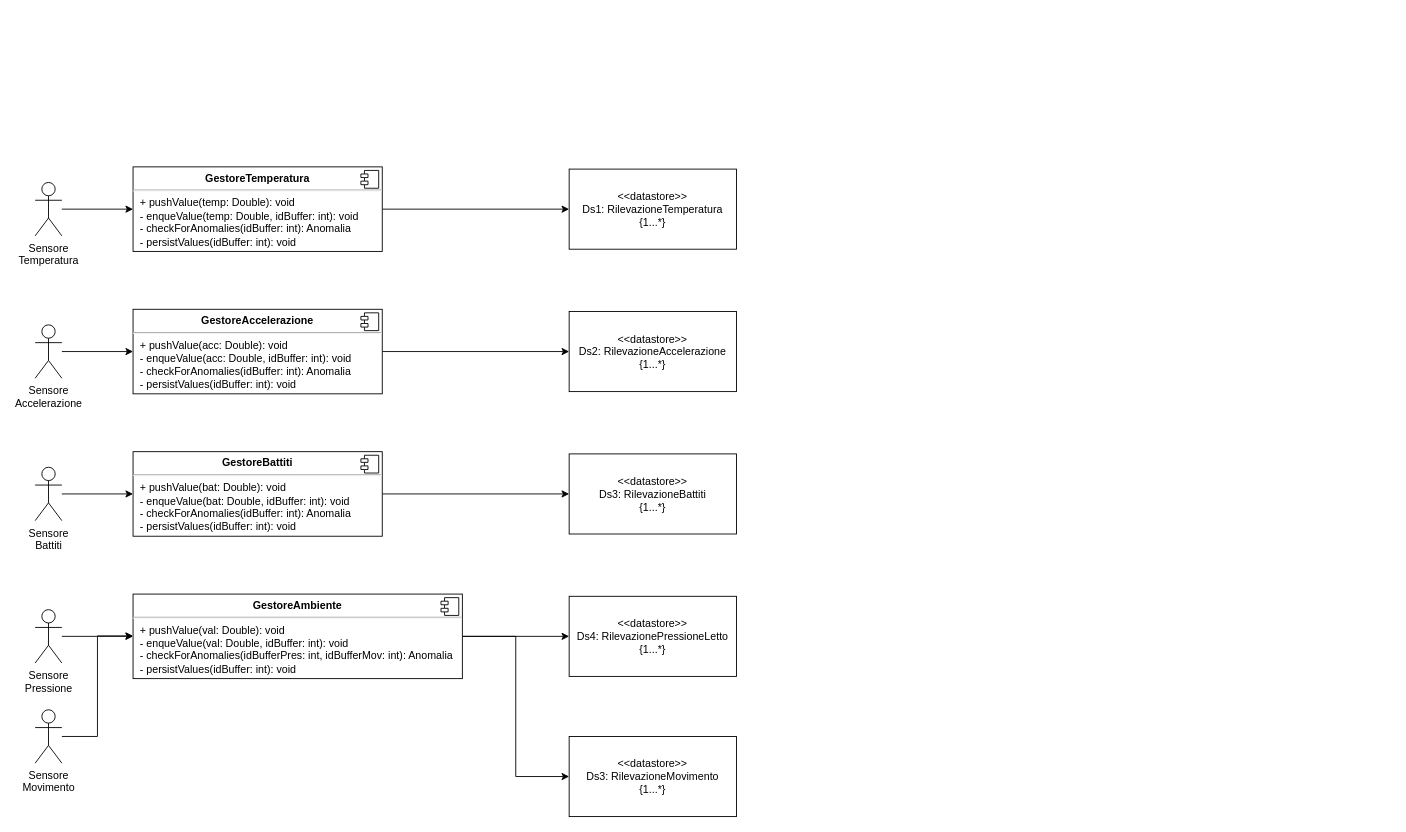
This is page "ConcreteArchitecture" (6 of 6) of Progetto/Diagrammi_Attivita/DiagrammiAttivita.drawio from Wonderjack996/unimib-software-architecture, a draw.io file, before an edit. Source tidied: cells renumbered, new cells numbered last; positions are measured from the earlier drawing's top-left corner, leaving out a move shared by most shapes. Both pictures are drawn from the tidied source at 89%, with x=0, y=0 at pixel (35, 166).
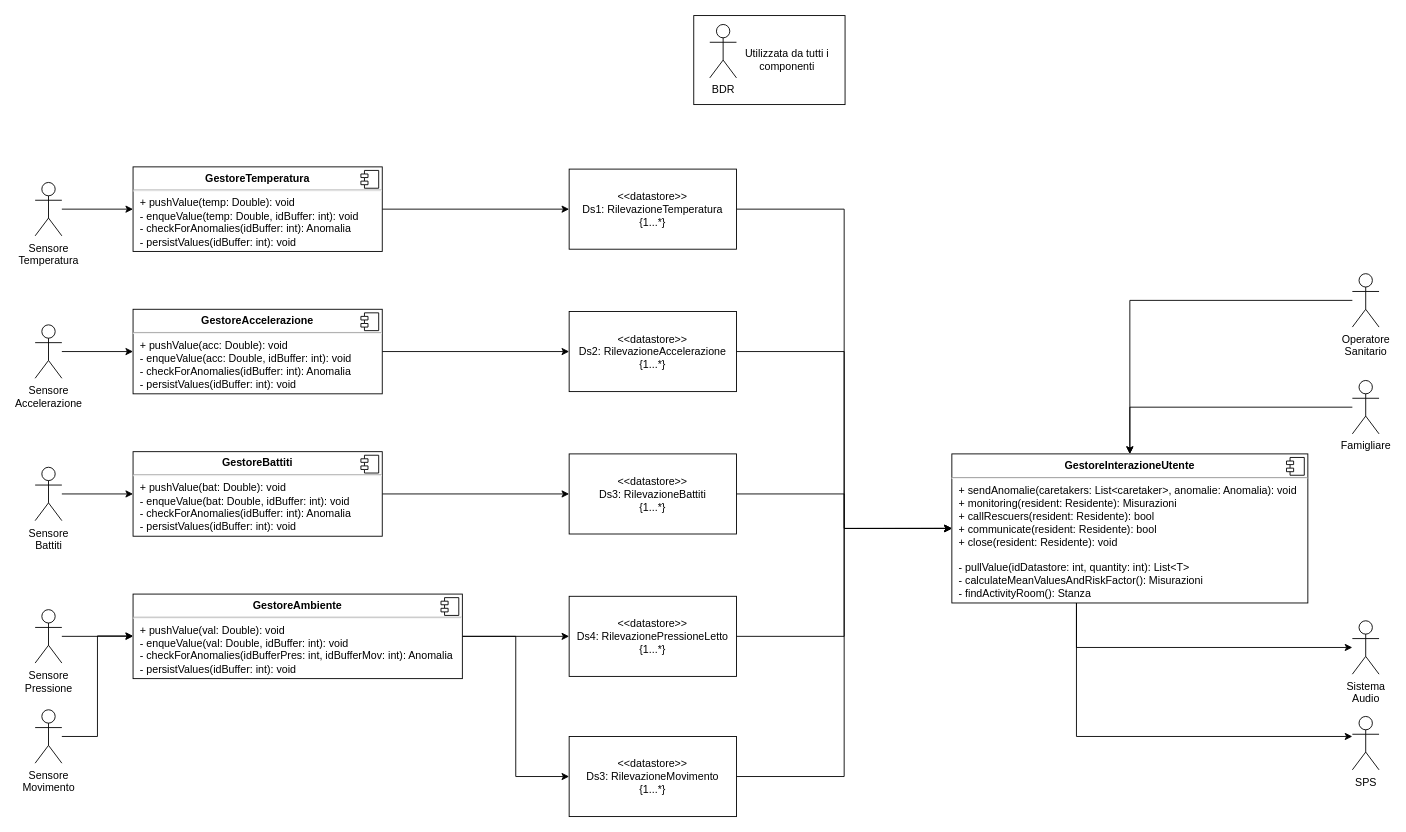
Above is the later version.

The change refers to these unchanged cells:
```xml
<mxCell id="2" value="&lt;div&gt;&amp;lt;&amp;lt;datastore&amp;gt;&amp;gt;&lt;/div&gt;&lt;div&gt;Ds1: RilevazioneTemperatura&lt;/div&gt;&lt;div&gt;&lt;span style=&quot;background-color: initial;&quot;&gt;{1...*}&lt;/span&gt;&lt;/div&gt;" style="rounded=0;whiteSpace=wrap;html=1;" parent="1" vertex="1">
  <mxGeometry x="600" y="2.5" width="188" height="90" as="geometry" />
</mxCell>
<mxCell id="8" value="&lt;div&gt;&amp;lt;&amp;lt;datastore&amp;gt;&amp;gt;&lt;/div&gt;&lt;div&gt;Ds2: RilevazioneAccelerazione&lt;/div&gt;&lt;div&gt;&lt;span style=&quot;background-color: initial;&quot;&gt;{1...*}&lt;/span&gt;&lt;/div&gt;" style="rounded=0;whiteSpace=wrap;html=1;" parent="1" vertex="1">
  <mxGeometry x="600" y="162.5" width="188" height="90" as="geometry" />
</mxCell>
<mxCell id="14" value="&lt;div&gt;&amp;lt;&amp;lt;datastore&amp;gt;&amp;gt;&lt;/div&gt;&lt;div&gt;Ds3: RilevazioneBattiti&lt;/div&gt;&lt;div&gt;&lt;span style=&quot;background-color: initial;&quot;&gt;{1...*}&lt;/span&gt;&lt;/div&gt;" style="rounded=0;whiteSpace=wrap;html=1;" parent="1" vertex="1">
  <mxGeometry x="600" y="322.5" width="188" height="90" as="geometry" />
</mxCell>
<mxCell id="20" value="&lt;div&gt;&amp;lt;&amp;lt;datastore&amp;gt;&amp;gt;&lt;/div&gt;&lt;div&gt;Ds4: RilevazionePressioneLetto&lt;/div&gt;&lt;div&gt;&lt;span style=&quot;background-color: initial;&quot;&gt;{1...*}&lt;/span&gt;&lt;/div&gt;" style="rounded=0;whiteSpace=wrap;html=1;" parent="1" vertex="1">
  <mxGeometry x="600" y="482.5" width="188" height="90" as="geometry" />
</mxCell>
<mxCell id="29" value="&lt;div&gt;&amp;lt;&amp;lt;datastore&amp;gt;&amp;gt;&lt;/div&gt;&lt;div&gt;Ds3: RilevazioneMovimento&lt;/div&gt;&lt;div&gt;&lt;span style=&quot;background-color: initial;&quot;&gt;{1...*}&lt;/span&gt;&lt;/div&gt;" style="rounded=0;whiteSpace=wrap;html=1;" parent="1" vertex="1">
  <mxGeometry x="600" y="640" width="188" height="90" as="geometry" />
</mxCell>
```

Diff of the diagram source:
```diff
@@
+    <mxCell id="30" style="rounded=0;whiteSpace=wrap;html=1;" parent="1" vertex="1">
+      <mxGeometry x="740" y="-170" width="170" height="100" as="geometry" />
+    </mxCell>
+    <mxCell id="31" style="edgeStyle=orthogonalEdgeStyle;rounded=0;jettySize=auto;html=1;entryX=0;entryY=0.5;entryDx=0;entryDy=0;" parent="1" edge="1" source="2" target="38">
+      <mxGeometry relative="1" as="geometry" />
+    </mxCell>
@@
+    <mxCell id="32" style="edgeStyle=orthogonalEdgeStyle;rounded=0;jettySize=auto;html=1;entryX=0;entryY=0.5;entryDx=0;entryDy=0;" parent="1" edge="1" source="8" target="38">
+      <mxGeometry relative="1" as="geometry" />
+    </mxCell>
@@
+    <mxCell id="33" style="edgeStyle=orthogonalEdgeStyle;rounded=0;jettySize=auto;html=1;entryX=0;entryY=0.5;entryDx=0;entryDy=0;" parent="1" edge="1" source="14" target="38">
+      <mxGeometry relative="1" as="geometry" />
+    </mxCell>
@@
+    <mxCell id="34" style="edgeStyle=orthogonalEdgeStyle;rounded=0;jettySize=auto;html=1;entryX=0;entryY=0.5;entryDx=0;entryDy=0;" parent="1" edge="1" source="20" target="38">
+      <mxGeometry relative="1" as="geometry" />
+    </mxCell>
@@
+    <mxCell id="35" style="edgeStyle=orthogonalEdgeStyle;rounded=0;jettySize=auto;html=1;entryX=0;entryY=0.5;entryDx=0;entryDy=0;" parent="1" edge="1" source="29" target="38">
+      <mxGeometry relative="1" as="geometry" />
+    </mxCell>
@@
+    <mxCell id="36" style="edgeStyle=orthogonalEdgeStyle;rounded=0;jettySize=auto;html=1;endArrow=classic;endFill=1;" parent="1" edge="1" source="38" target="44">
+      <mxGeometry relative="1" as="geometry">
+        <Array as="points">
+          <mxPoint x="1170" y="490" />
+        </Array>
+      </mxGeometry>
+    </mxCell>
+    <mxCell id="37" style="edgeStyle=orthogonalEdgeStyle;rounded=0;jettySize=auto;html=1;endArrow=classic;endFill=1;" parent="1" edge="1" source="38" target="45">
+      <mxGeometry relative="1" as="geometry">
+        <Array as="points">
+          <mxPoint x="1170" y="640" />
+        </Array>
+      </mxGeometry>
+    </mxCell>
+    <mxCell id="38" value="&lt;p style=&quot;margin:0px;margin-top:6px;text-align:center;&quot;&gt;&lt;b&gt;GestoreInterazioneUtente&lt;/b&gt;&lt;/p&gt;&lt;hr&gt;&lt;p style=&quot;margin:0px;margin-left:8px;&quot;&gt;+ sendAnomalie(caretakers: List&amp;lt;caretaker&amp;gt;, anomalie: Anomalia): void&lt;/p&gt;&lt;p style=&quot;margin:0px;margin-left:8px;&quot;&gt;+ monitoring(resident: Residente): Misurazioni&lt;/p&gt;&lt;p style=&quot;margin:0px;margin-left:8px;&quot;&gt;+ callRescuers(resident: Residente): bool&lt;/p&gt;&lt;p style=&quot;margin:0px;margin-left:8px;&quot;&gt;+ communicate(resident: Residente): bool&lt;/p&gt;&lt;p style=&quot;margin:0px;margin-left:8px;&quot;&gt;+ close(resident: Residente): void&lt;/p&gt;&lt;p style=&quot;margin:0px;margin-left:8px;&quot;&gt;&lt;br&gt;&lt;/p&gt;&lt;p style=&quot;margin:0px;margin-left:8px;&quot;&gt;- pullValue(idDatastore: int, quantity: int): List&amp;lt;T&amp;gt;&lt;/p&gt;&lt;p style=&quot;margin:0px;margin-left:8px;&quot;&gt;- calculateMeanValuesAndRiskFactor(): Misurazioni&lt;/p&gt;&lt;p style=&quot;margin:0px;margin-left:8px;&quot;&gt;- findActivityRoom(): Stanza&lt;/p&gt;" style="align=left;overflow=fill;html=1;" parent="1" vertex="1">
+      <mxGeometry x="1030" y="322.5" width="400" height="167.5" as="geometry" />
+    </mxCell>
+    <mxCell id="39" style="shape=component;jettyWidth=8;jettyHeight=4;" parent="38" vertex="1">
+      <mxGeometry x="1" width="20" height="20" relative="1" as="geometry">
+        <mxPoint x="-24" y="4" as="offset" />
+      </mxGeometry>
+    </mxCell>
+    <mxCell id="40" style="edgeStyle=orthogonalEdgeStyle;rounded=0;jettySize=auto;html=1;endArrow=classic;endFill=1;" parent="1" edge="1" source="41" target="38">
+      <mxGeometry relative="1" as="geometry" />
+    </mxCell>
+    <mxCell id="41" value="Operatore&lt;br&gt;Sanitario" style="shape=umlActor;verticalLabelPosition=bottom;verticalAlign=top;html=1;outlineConnect=0;" parent="1" vertex="1">
+      <mxGeometry x="1480" y="120" width="30" height="60" as="geometry" />
+    </mxCell>
+    <mxCell id="42" style="edgeStyle=orthogonalEdgeStyle;rounded=0;jettySize=auto;html=1;entryX=0.5;entryY=0;entryDx=0;entryDy=0;endArrow=classic;endFill=1;" parent="1" edge="1" source="43" target="38">
+      <mxGeometry relative="1" as="geometry" />
+    </mxCell>
+    <mxCell id="43" value="Famigliare" style="shape=umlActor;verticalLabelPosition=bottom;verticalAlign=top;html=1;outlineConnect=0;" parent="1" vertex="1">
+      <mxGeometry x="1480" y="240" width="30" height="60" as="geometry" />
+    </mxCell>
+    <mxCell id="44" value="Sistema&lt;br&gt;Audio" style="shape=umlActor;verticalLabelPosition=bottom;verticalAlign=top;html=1;outlineConnect=0;" parent="1" vertex="1">
+      <mxGeometry x="1480" y="510" width="30" height="60" as="geometry" />
+    </mxCell>
+    <mxCell id="45" value="SPS" style="shape=umlActor;verticalLabelPosition=bottom;verticalAlign=top;html=1;outlineConnect=0;" parent="1" vertex="1">
+      <mxGeometry x="1480" y="617.5" width="30" height="60" as="geometry" />
+    </mxCell>
+    <mxCell id="46" value="BDR" style="shape=umlActor;verticalLabelPosition=bottom;verticalAlign=top;html=1;" parent="1" vertex="1">
+      <mxGeometry x="758" y="-160" width="30" height="60" as="geometry" />
+    </mxCell>
+    <mxCell id="47" value="Utilizzata da tutti i componenti" style="text;html=1;strokeColor=none;fillColor=none;align=center;verticalAlign=middle;whiteSpace=wrap;rounded=0;" parent="1" vertex="1">
+      <mxGeometry x="780" y="-135" width="130" height="30" as="geometry" />
+    </mxCell>
```
